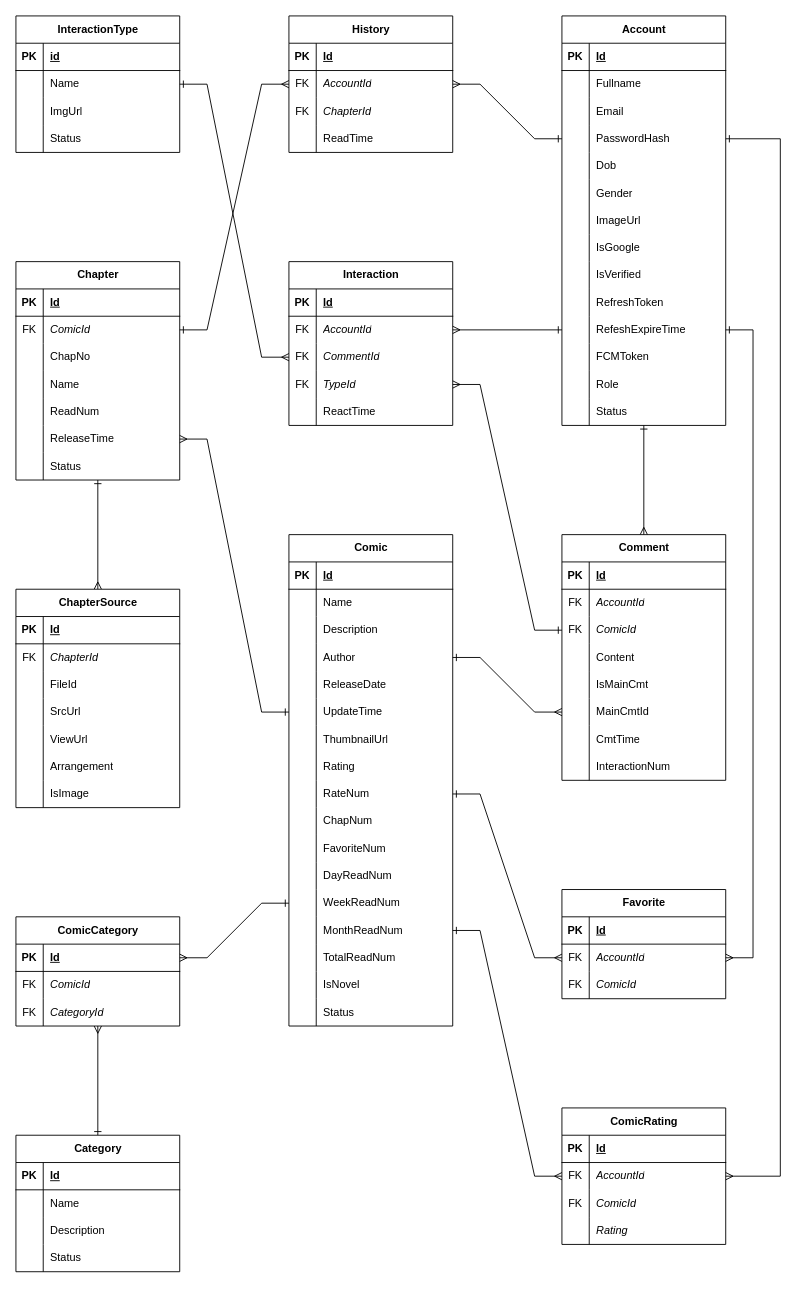
Above: page "Logical" (2 of 2) of OnComics.Scripts/OnComics-ERD-Diagram.drawio in hiepquoc0607/OnComics (draw.io), before the change. Source tidied: cells renumbered, new cells numbered last; positions are measured from the earlier drawing's top-left corner, leaving out a move shared by most shapes. Both pictures are drawn from the tidied source at 91%, with x=0, y=0 at pixel (15, 15).
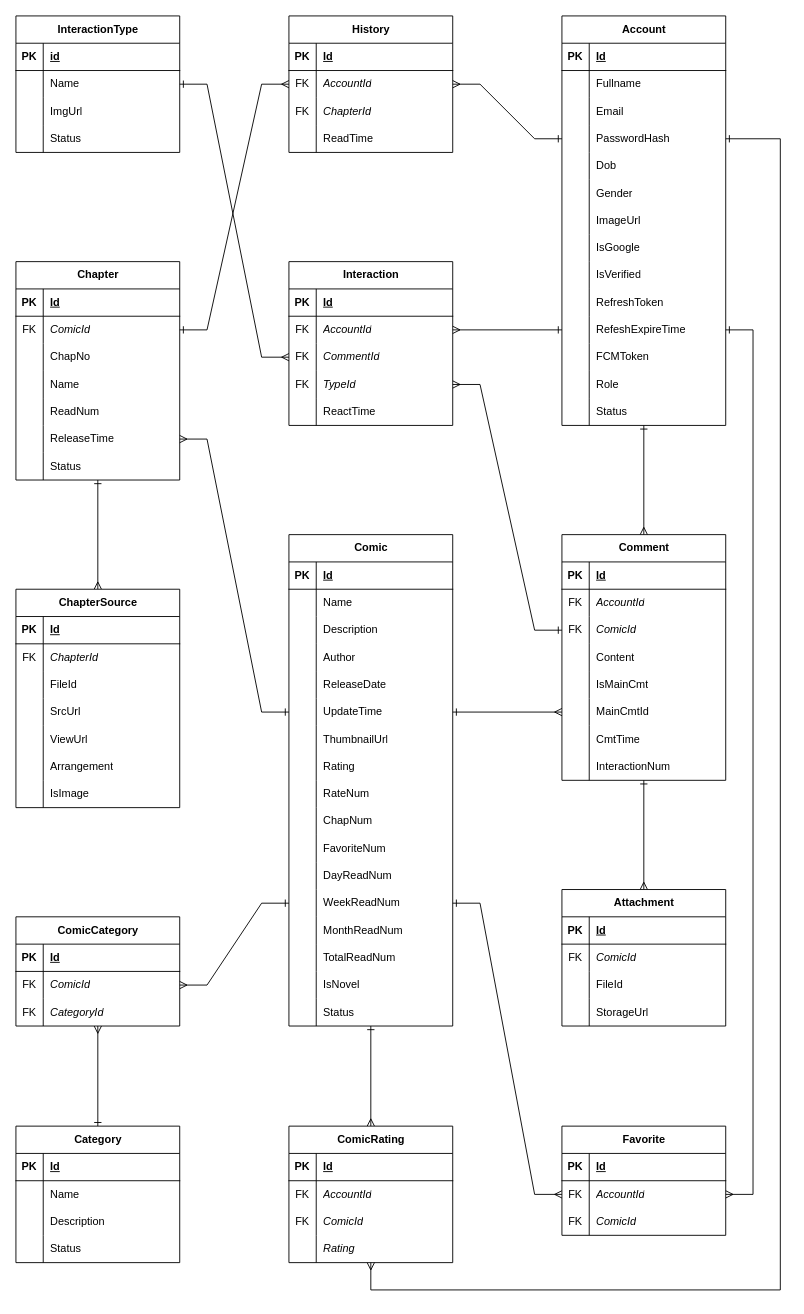
Above is the later version.

Unchanged cells that the change refers to:
```xml
<mxCell id="13" style="shape=tableRow;horizontal=0;startSize=0;swimlaneHead=0;swimlaneBody=0;fillColor=none;points=[[0,0.5],[1,0.5]];portConstraint=eastwest;top=0;left=0;right=0;bottom=0;" parent="3" vertex="1">
  <mxGeometry y="120" width="180" height="30" as="geometry" />
</mxCell>
<mxCell id="34" style="shape=tableRow;horizontal=0;startSize=0;swimlaneHead=0;swimlaneBody=0;fillColor=none;points=[[0,0.5],[1,0.5]];portConstraint=eastwest;top=0;left=0;right=0;bottom=0;" parent="3" vertex="1">
  <mxGeometry y="330" width="180" height="30" as="geometry" />
</mxCell>
<mxCell id="72" value="Comment" style="shape=table;startSize=30;childLayout=tableLayout;rowLines=0;fontStyle=1;align=center;html=1;" parent="1" vertex="1">
  <mxGeometry x="600" y="570" width="180" height="270" as="geometry" />
</mxCell>
<mxCell id="88" style="shape=tableRow;horizontal=0;startSize=0;swimlaneHead=0;swimlaneBody=0;fillColor=none;points=[[0,0.5],[1,0.5]];portConstraint=eastwest;top=0;left=0;right=0;bottom=0;" parent="72" vertex="1">
  <mxGeometry y="180" width="180" height="30" as="geometry" />
</mxCell>
<mxCell id="140" style="shape=tableRow;horizontal=0;startSize=0;swimlaneHead=0;swimlaneBody=0;fillColor=none;points=[[0,0.5],[1,0.5]];portConstraint=eastwest;top=0;left=0;right=0;bottom=0;" parent="136" vertex="1">
  <mxGeometry y="60" width="180" height="30" as="geometry" />
</mxCell>
<mxCell id="147" value="Comic" style="shape=table;startSize=30;childLayout=tableLayout;rowLines=0;fontStyle=1;align=center;html=1;" parent="1" vertex="1">
  <mxGeometry x="300" y="570" width="180" height="540" as="geometry" />
</mxCell>
<mxCell id="157" style="shape=tableRow;horizontal=0;startSize=0;swimlaneHead=0;swimlaneBody=0;fillColor=none;points=[[0,0.5],[1,0.5]];portConstraint=eastwest;top=0;left=0;right=0;bottom=0;" parent="147" vertex="1">
  <mxGeometry y="120" width="180" height="30" as="geometry" />
</mxCell>
<mxCell id="163" style="shape=tableRow;horizontal=0;startSize=0;swimlaneHead=0;swimlaneBody=0;fillColor=none;points=[[0,0.5],[1,0.5]];portConstraint=eastwest;top=0;left=0;right=0;bottom=0;" parent="147" vertex="1">
  <mxGeometry y="180" width="180" height="30" as="geometry" />
</mxCell>
<mxCell id="172" style="shape=tableRow;horizontal=0;startSize=0;swimlaneHead=0;swimlaneBody=0;fillColor=none;points=[[0,0.5],[1,0.5]];portConstraint=eastwest;top=0;left=0;right=0;bottom=0;" parent="147" vertex="1">
  <mxGeometry y="270" width="180" height="30" as="geometry" />
</mxCell>
<mxCell id="184" style="shape=tableRow;horizontal=0;startSize=0;swimlaneHead=0;swimlaneBody=0;fillColor=none;points=[[0,0.5],[1,0.5]];portConstraint=eastwest;top=0;left=0;right=0;bottom=0;" parent="147" vertex="1">
  <mxGeometry y="390" width="180" height="30" as="geometry" />
</mxCell>
<mxCell id="187" style="shape=tableRow;horizontal=0;startSize=0;swimlaneHead=0;swimlaneBody=0;fillColor=none;points=[[0,0.5],[1,0.5]];portConstraint=eastwest;top=0;left=0;right=0;bottom=0;" parent="147" vertex="1">
  <mxGeometry y="420" width="180" height="30" as="geometry" />
</mxCell>
<mxCell id="201" style="shape=tableRow;horizontal=0;startSize=0;swimlaneHead=0;swimlaneBody=0;fillColor=none;points=[[0,0.5],[1,0.5]];portConstraint=eastwest;top=0;left=0;right=0;bottom=1;" parent="200" vertex="1">
  <mxGeometry y="30" width="180" height="30" as="geometry" />
</mxCell>
<mxCell id="204" style="shape=tableRow;horizontal=0;startSize=0;swimlaneHead=0;swimlaneBody=0;fillColor=none;points=[[0,0.5],[1,0.5]];portConstraint=eastwest;top=0;left=0;right=0;bottom=0;" parent="200" vertex="1">
  <mxGeometry y="60" width="180" height="30" as="geometry" />
</mxCell>
<mxCell id="229" style="shape=tableRow;horizontal=0;startSize=0;swimlaneHead=0;swimlaneBody=0;fillColor=none;points=[[0,0.5],[1,0.5]];portConstraint=eastwest;top=0;left=0;right=0;bottom=0;" parent="225" vertex="1">
  <mxGeometry y="60" width="180" height="30" as="geometry" />
</mxCell>
```

The edit, as a diff of the source:
```diff
@@
+    <mxCell id="269" style="rounded=0;jettySize=auto;html=1;entryX=0.5;entryY=0;entryDx=0;entryDy=0;endArrow=ERmany;endFill=0;startArrow=ERone;startFill=0;" parent="1" edge="1" source="72" target="272">
+      <mxGeometry relative="1" as="geometry" />
+    </mxCell>
@@
     <mxCell id="136" value="Favorite" style="shape=table;startSize=30;childLayout=tableLayout;rowLines=0;fontStyle=1;align=center;html=1;" parent="1" vertex="1">
-      <mxGeometry x="600" y="960" width="180" height="120" as="geometry" />
+      <mxGeometry x="600" y="1220" width="180" height="120" as="geometry" />
     </mxCell>
@@
-    <mxCell id="146" style="rounded=0;jettySize=auto;html=1;entryX=1;entryY=0.5;entryDx=0;entryDy=0;startArrow=ERone;startFill=0;endArrow=ERmany;endFill=0;exitX=0;exitY=0.5;exitDx=0;exitDy=0;" parent="1" edge="1" source="184" target="201">
+    <mxCell id="146" style="rounded=0;jettySize=auto;html=1;entryX=1;entryY=0.5;entryDx=0;entryDy=0;startArrow=ERone;startFill=0;endArrow=ERmany;endFill=0;exitX=0;exitY=0.5;exitDx=0;exitDy=0;" parent="1" edge="1" source="184" target="204">
       <mxGeometry relative="1" as="geometry">
         <Array as="points">
           <mxPoint x="270" y="975" />
-          <mxPoint x="210" y="1035" />
+          <mxPoint x="210" y="1065" />
         </Array>
       </mxGeometry>
     </mxCell>
+    <mxCell id="270" style="rounded=0;jettySize=auto;html=1;entryX=0.5;entryY=0;entryDx=0;entryDy=0;startArrow=ERone;startFill=0;endArrow=ERmany;endFill=0;" parent="1" edge="1" source="147" target="225">
+      <mxGeometry relative="1" as="geometry" />
+    </mxCell>
@@
     <mxCell id="210" value="Category" style="shape=table;startSize=30;childLayout=tableLayout;rowLines=0;fontStyle=1;align=center;html=1;" parent="1" vertex="1">
-      <mxGeometry y="1230" width="180" height="150" as="geometry" />
+      <mxGeometry y="1220" width="180" height="150" as="geometry" />
     </mxCell>
@@
+    <mxCell id="271" style="edgeStyle=orthogonalEdgeStyle;rounded=0;jettySize=auto;html=1;entryX=1;entryY=0.5;entryDx=0;entryDy=0;startArrow=ERmany;startFill=0;endArrow=ERone;endFill=0;" parent="1" edge="1" source="225" target="13">
+      <mxGeometry relative="1" as="geometry">
+        <Array as="points">
+          <mxPoint x="390" y="1400" />
+          <mxPoint x="840" y="1400" />
+          <mxPoint x="840" y="135" />
+        </Array>
+      </mxGeometry>
+    </mxCell>
     <mxCell id="225" value="ComicRating" style="shape=table;startSize=30;childLayout=tableLayout;rowLines=0;fontStyle=1;align=center;html=1;" parent="1" vertex="1">
-      <mxGeometry x="600" y="1200" width="180" height="150" as="geometry" />
+      <mxGeometry x="300" y="1220" width="180" height="150" as="geometry" />
     </mxCell>
@@
-    <mxCell id="238" style="endArrow=ERmany;html=1;rounded=0;startArrow=ERone;startFill=0;endFill=0;entryX=0;entryY=0.5;entryDx=0;entryDy=0;exitX=1;exitY=0.5;exitDx=0;exitDy=0;" parent="1" edge="1" source="172" target="140">
+    <mxCell id="238" style="endArrow=ERmany;html=1;rounded=0;startArrow=ERone;startFill=0;endFill=0;entryX=0;entryY=0.5;entryDx=0;entryDy=0;exitX=1;exitY=0.5;exitDx=0;exitDy=0;" parent="1" edge="1" source="184" target="140">
       <mxGeometry relative="1" as="geometry">
         <Array as="points">
-          <mxPoint x="510" y="855" />
-          <mxPoint x="570" y="1035" />
+          <mxPoint x="510" y="975" />
+          <mxPoint x="570" y="1295" />
         </Array>
       </mxGeometry>
     </mxCell>
-    <mxCell id="239" style="endArrow=ERmany;html=1;rounded=0;startArrow=ERone;startFill=0;endFill=0;entryX=0;entryY=0.5;entryDx=0;entryDy=0;exitX=1;exitY=0.5;exitDx=0;exitDy=0;" parent="1" edge="1" source="187" target="229">
-      <mxGeometry relative="1" as="geometry">
-        <Array as="points">
-          <mxPoint x="510" y="1005" />
-          <mxPoint x="570" y="1275" />
-        </Array>
-      </mxGeometry>
-    </mxCell>
-    <mxCell id="240" style="endArrow=ERmany;html=1;rounded=0;startArrow=ERone;startFill=0;endFill=0;exitX=1;exitY=0.5;exitDx=0;exitDy=0;entryX=0;entryY=0.5;entryDx=0;entryDy=0;" parent="1" edge="1" source="157" target="88">
-      <mxGeometry relative="1" as="geometry">
-        <Array as="points">
-          <mxPoint x="510" y="705" />
-          <mxPoint x="570" y="765" />
-        </Array>
-      </mxGeometry>
+    <mxCell id="240" style="endArrow=ERmany;html=1;rounded=0;startArrow=ERone;startFill=0;endFill=0;exitX=1;exitY=0.5;exitDx=0;exitDy=0;entryX=0;entryY=0.5;entryDx=0;entryDy=0;" parent="1" edge="1" source="163" target="88">
+      <mxGeometry relative="1" as="geometry" />
     </mxCell>
@@
     <mxCell id="245" style="rounded=0;jettySize=auto;html=1;entryX=1;entryY=0.5;entryDx=0;entryDy=0;startArrow=ERone;startFill=0;endArrow=ERmany;endFill=0;exitX=1;exitY=0.5;exitDx=0;exitDy=0;edgeStyle=orthogonalEdgeStyle;" parent="1" edge="1" source="34" target="140">
       <mxGeometry relative="1" as="geometry">
         <Array as="points">
           <mxPoint x="810" y="345" />
-          <mxPoint x="810" y="1035" />
+          <mxPoint x="810" y="1295" />
         </Array>
       </mxGeometry>
     </mxCell>
-    <mxCell id="246" style="rounded=0;jettySize=auto;html=1;entryX=1;entryY=0.5;entryDx=0;entryDy=0;startArrow=ERone;startFill=0;endArrow=ERmany;endFill=0;exitX=1;exitY=0.5;exitDx=0;exitDy=0;edgeStyle=orthogonalEdgeStyle;" parent="1" edge="1" source="13" target="229">
-      <mxGeometry relative="1" as="geometry">
-        <Array as="points">
-          <mxPoint x="840" y="135" />
-          <mxPoint x="840" y="1275" />
-        </Array>
-      </mxGeometry>
-    </mxCell>
@@
+    <mxCell id="272" value="Attachment" style="shape=table;startSize=30;childLayout=tableLayout;rowLines=0;fontStyle=1;align=center;html=1;" parent="1" vertex="1">
+      <mxGeometry x="600" y="960" width="180" height="150" as="geometry" />
+    </mxCell>
+    <mxCell id="273" style="shape=tableRow;horizontal=0;startSize=0;swimlaneHead=0;swimlaneBody=0;fillColor=none;top=0;left=0;right=0;bottom=1;" parent="272" vertex="1">
+      <mxGeometry y="30" width="180" height="30" as="geometry" />
+    </mxCell>
+    <mxCell id="274" value="PK" style="shape=partialRectangle;fillColor=none;top=0;left=0;bottom=0;right=0;fontStyle=1;overflow=hidden;whiteSpace=wrap;html=1;" parent="273" vertex="1">
+      <mxGeometry width="30" height="30" as="geometry" />
+    </mxCell>
+    <mxCell id="275" value="Id" style="shape=partialRectangle;fillColor=none;top=0;left=0;bottom=0;right=0;align=left;spacingLeft=6;fontStyle=5;overflow=hidden;whiteSpace=wrap;html=1;" parent="273" vertex="1">
+      <mxGeometry x="30" width="150" height="30" as="geometry" />
+    </mxCell>
+    <mxCell id="276" style="shape=tableRow;horizontal=0;startSize=0;swimlaneHead=0;swimlaneBody=0;fillColor=none;top=0;left=0;right=0;bottom=0;" parent="272" vertex="1">
+      <mxGeometry y="60" width="180" height="30" as="geometry" />
+    </mxCell>
+    <mxCell id="277" value="FK" style="shape=partialRectangle;fillColor=none;top=0;left=0;bottom=0;right=0;overflow=hidden;whiteSpace=wrap;html=1;" parent="276" vertex="1">
+      <mxGeometry width="30" height="30" as="geometry" />
+    </mxCell>
+    <mxCell id="278" value="ComicId" style="shape=partialRectangle;fillColor=none;top=0;left=0;bottom=0;right=0;align=left;spacingLeft=6;overflow=hidden;whiteSpace=wrap;html=1;fontStyle=2;" parent="276" vertex="1">
+      <mxGeometry x="30" width="150" height="30" as="geometry" />
+    </mxCell>
+    <mxCell id="279" style="shape=tableRow;horizontal=0;startSize=0;swimlaneHead=0;swimlaneBody=0;fillColor=none;top=0;left=0;right=0;bottom=0;" parent="272" vertex="1">
+      <mxGeometry y="90" width="180" height="30" as="geometry" />
+    </mxCell>
+    <mxCell id="280" style="shape=partialRectangle;fillColor=none;top=0;left=0;bottom=0;right=0;overflow=hidden;whiteSpace=wrap;html=1;" parent="279" vertex="1">
+      <mxGeometry width="30" height="30" as="geometry" />
+    </mxCell>
+    <mxCell id="281" value="&lt;span style=&quot;font-style: normal;&quot;&gt;FileId&lt;/span&gt;" style="shape=partialRectangle;fillColor=none;top=0;left=0;bottom=0;right=0;align=left;spacingLeft=6;overflow=hidden;whiteSpace=wrap;html=1;fontStyle=2;" parent="279" vertex="1">
+      <mxGeometry x="30" width="150" height="30" as="geometry" />
+    </mxCell>
+    <mxCell id="282" style="shape=tableRow;horizontal=0;startSize=0;swimlaneHead=0;swimlaneBody=0;fillColor=none;top=0;left=0;right=0;bottom=0;" parent="272" vertex="1">
+      <mxGeometry y="120" width="180" height="30" as="geometry" />
+    </mxCell>
+    <mxCell id="283" style="shape=partialRectangle;fillColor=none;top=0;left=0;bottom=0;right=0;overflow=hidden;whiteSpace=wrap;html=1;" parent="282" vertex="1">
+      <mxGeometry width="30" height="30" as="geometry" />
+    </mxCell>
+    <mxCell id="284" value="&lt;span style=&quot;font-style: normal;&quot;&gt;StorageUrl&lt;/span&gt;" style="shape=partialRectangle;fillColor=none;top=0;left=0;bottom=0;right=0;align=left;spacingLeft=6;overflow=hidden;whiteSpace=wrap;html=1;fontStyle=2;" parent="282" vertex="1">
+      <mxGeometry x="30" width="150" height="30" as="geometry" />
+    </mxCell>
```
